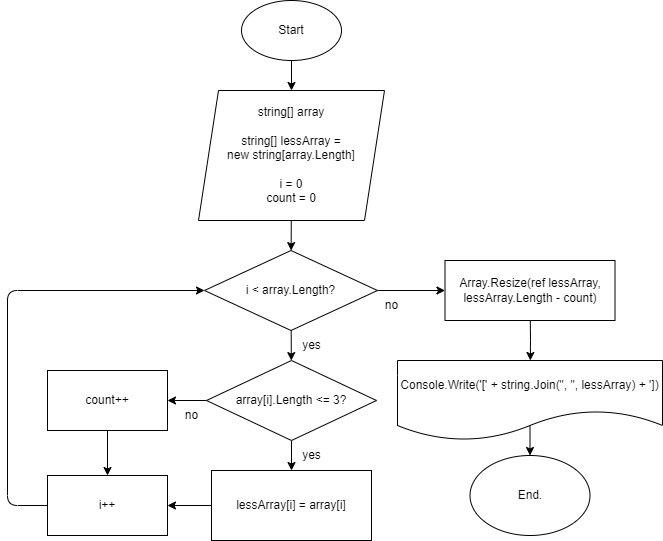
The draw.io diagram scheme.drawio.png in andrew-shevv/speciality-finals, before a commit. Source tidied: cells renumbered, new cells last; positions are measured from the earlier drawing's top-left corner, leaving out a move shared by most shapes.
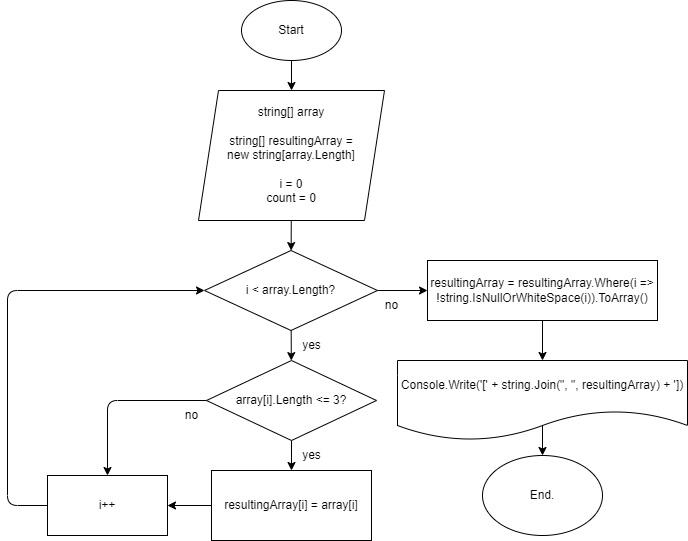
Later version of the same file.

The edit, as a diff of the source:
```diff
@@ -11,7 +11,7 @@
     <mxCell id="4" style="edgeStyle=none;html=1;" parent="1" edge="1" source="5" target="8">
       <mxGeometry relative="1" as="geometry" />
     </mxCell>
-    <mxCell id="5" value="string[] array&lt;br&gt;&lt;br&gt;string[] lessArray =&lt;br&gt;new string[array.Length]&lt;br&gt;&lt;br&gt;i = 0&lt;br&gt;count = 0" style="shape=parallelogram;perimeter=parallelogramPerimeter;whiteSpace=wrap;html=1;fixedSize=1;" parent="1" vertex="1">
+    <mxCell id="5" value="string[] array&lt;br&gt;&lt;br&gt;string[] resultingArray =&lt;br&gt;new string[array.Length]&lt;br&gt;&lt;br&gt;i = 0&lt;br&gt;count = 0" style="shape=parallelogram;perimeter=parallelogramPerimeter;whiteSpace=wrap;html=1;fixedSize=1;" parent="1" vertex="1">
       <mxGeometry x="191" y="90" width="186" height="130" as="geometry" />
     </mxCell>
     <mxCell id="6" style="edgeStyle=none;html=1;" parent="1" edge="1" source="8" target="11">
@@ -26,8 +26,12 @@
     <mxCell id="9" style="edgeStyle=none;html=1;" parent="1" edge="1" source="11" target="14">
       <mxGeometry relative="1" as="geometry" />
     </mxCell>
-    <mxCell id="10" style="edgeStyle=none;html=1;" parent="1" edge="1" source="11" target="16">
-      <mxGeometry relative="1" as="geometry" />
+    <mxCell id="10" style="edgeStyle=none;html=1;entryX=0.5;entryY=0;entryDx=0;entryDy=0;" parent="1" edge="1" source="11" target="18">
+      <mxGeometry relative="1" as="geometry">
+        <Array as="points">
+          <mxPoint x="100" y="400" />
+        </Array>
+      </mxGeometry>
     </mxCell>
     <mxCell id="11" value="array[i].Length &amp;lt;= 3?" style="rhombus;whiteSpace=wrap;html=1;" parent="1" vertex="1">
       <mxGeometry x="199" y="360" width="170" height="80" as="geometry" />
@@ -38,15 +42,9 @@
     <mxCell id="13" style="edgeStyle=none;html=1;" parent="1" edge="1" source="14" target="18">
       <mxGeometry relative="1" as="geometry" />
     </mxCell>
-    <mxCell id="14" value="lessArray[i] = array[i]&lt;br&gt;" style="whiteSpace=wrap;html=1;" parent="1" vertex="1">
+    <mxCell id="14" value="resultingArray[i] = array[i]" style="whiteSpace=wrap;html=1;" parent="1" vertex="1">
       <mxGeometry x="204" y="470" width="160" height="70" as="geometry" />
     </mxCell>
-    <mxCell id="15" style="edgeStyle=none;html=1;entryX=0.5;entryY=0;entryDx=0;entryDy=0;" parent="1" edge="1" source="16" target="18">
-      <mxGeometry relative="1" as="geometry" />
-    </mxCell>
-    <mxCell id="16" value="count++" style="whiteSpace=wrap;html=1;" parent="1" vertex="1">
-      <mxGeometry x="40" y="370" width="120" height="60" as="geometry" />
-    </mxCell>
     <mxCell id="17" style="edgeStyle=none;html=1;entryX=0;entryY=0.5;entryDx=0;entryDy=0;" parent="1" edge="1" source="18" target="8">
       <mxGeometry relative="1" as="geometry">
         <Array as="points">
@@ -68,23 +66,19 @@
       <mxGeometry x="364" y="290" width="40" height="30" as="geometry" />
     </mxCell>
     <mxCell id="22" style="edgeStyle=none;html=1;" parent="1" edge="1" source="23" target="25">
-      <mxGeometry relative="1" as="geometry">
-        <Array as="points">
-          <mxPoint x="523" y="340" />
-        </Array>
-      </mxGeometry>
+      <mxGeometry relative="1" as="geometry" />
     </mxCell>
-    <mxCell id="23" value="Array.Resize(ref lessArray, lessArray.Length - count)" style="whiteSpace=wrap;html=1;" parent="1" vertex="1">
-      <mxGeometry x="437.5" y="260" width="170" height="60" as="geometry" />
+    <mxCell id="23" value="resultingArray = resultingArray.Where(i =&amp;gt; !string.IsNullOrWhiteSpace(i)).ToArray()" style="whiteSpace=wrap;html=1;" parent="1" vertex="1">
+      <mxGeometry x="420" y="260" width="230" height="60" as="geometry" />
     </mxCell>
     <mxCell id="24" style="edgeStyle=none;html=1;exitX=0.5;exitY=0.815;exitDx=0;exitDy=0;exitPerimeter=0;" parent="1" edge="1" source="25" target="26">
       <mxGeometry relative="1" as="geometry" />
     </mxCell>
-    <mxCell id="25" value="&lt;span class=&quot;pl-smi&quot;&gt;Console&lt;/span&gt;.&lt;span class=&quot;pl-en&quot;&gt;Write&lt;/span&gt;(&lt;span class=&quot;pl-s&quot;&gt;'['&lt;/span&gt; &lt;span class=&quot;pl-k&quot;&gt;+&lt;/span&gt; &lt;span class=&quot;pl-smi&quot;&gt;string&lt;/span&gt;.&lt;span class=&quot;pl-en&quot;&gt;Join&lt;/span&gt;(&lt;span class=&quot;pl-s&quot;&gt;&lt;span class=&quot;pl-pds&quot;&gt;&quot;&lt;/span&gt;, &lt;span class=&quot;pl-pds&quot;&gt;&quot;&lt;/span&gt;&lt;/span&gt;, &lt;span class=&quot;pl-smi&quot;&gt;lessArray&lt;/span&gt;) &lt;span class=&quot;pl-k&quot;&gt;+&lt;/span&gt; &lt;span class=&quot;pl-s&quot;&gt;'])&lt;/span&gt;" style="shape=document;whiteSpace=wrap;html=1;boundedLbl=1;size=0.375;" parent="1" vertex="1">
-      <mxGeometry x="390" y="360" width="265" height="80" as="geometry" />
+    <mxCell id="25" value="&lt;span class=&quot;pl-smi&quot;&gt;Console&lt;/span&gt;.&lt;span class=&quot;pl-en&quot;&gt;Write&lt;/span&gt;(&lt;span class=&quot;pl-s&quot;&gt;'['&lt;/span&gt; &lt;span class=&quot;pl-k&quot;&gt;+&lt;/span&gt; &lt;span class=&quot;pl-smi&quot;&gt;string&lt;/span&gt;.&lt;span class=&quot;pl-en&quot;&gt;Join&lt;/span&gt;(&lt;span class=&quot;pl-s&quot;&gt;&lt;span class=&quot;pl-pds&quot;&gt;&quot;&lt;/span&gt;, &lt;span class=&quot;pl-pds&quot;&gt;&quot;&lt;/span&gt;&lt;/span&gt;, &lt;span class=&quot;pl-smi&quot;&gt;resultingArray&lt;/span&gt;) &lt;span class=&quot;pl-k&quot;&gt;+&lt;/span&gt; &lt;span class=&quot;pl-s&quot;&gt;'])&lt;/span&gt;" style="shape=document;whiteSpace=wrap;html=1;boundedLbl=1;size=0.375;" parent="1" vertex="1">
+      <mxGeometry x="390" y="360" width="290" height="80" as="geometry" />
     </mxCell>
     <mxCell id="26" value="End." style="ellipse;whiteSpace=wrap;html=1;" parent="1" vertex="1">
-      <mxGeometry x="462.5" y="455" width="120" height="80" as="geometry" />
+      <mxGeometry x="475" y="455" width="120" height="80" as="geometry" />
     </mxCell>
   </root>
 </mxGraphModel>
```
